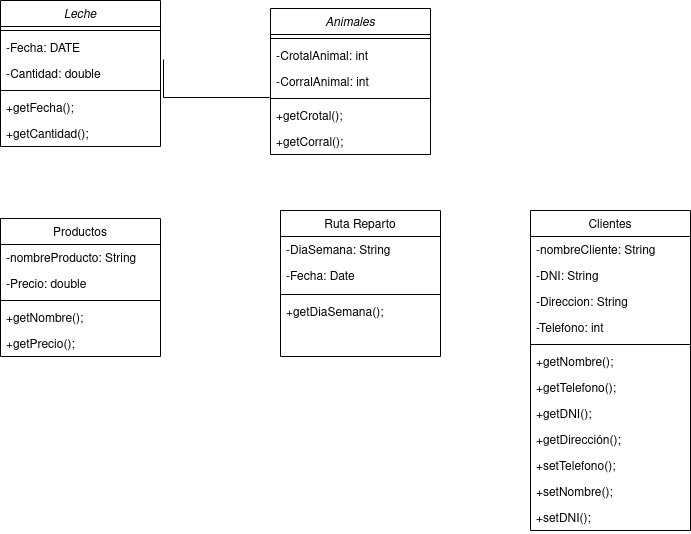
JoseMariaRuizDAM/PGL_JoseMa keeps this draw.io diagram as diagramas/DiagramaClase.png. Above is the earlier version. Source tidied: cells renumbered, new cells last; positions are measured from the earlier drawing's top-left corner, leaving out a move shared by most shapes.
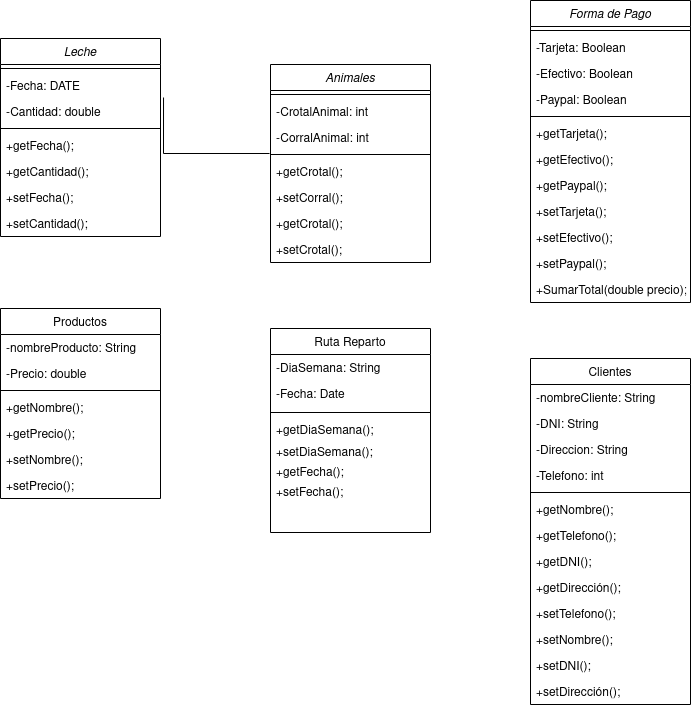
After the change.

What changed in the source:
```diff
@@ -3,7 +3,7 @@
     <mxCell id="0" />
     <mxCell id="1" parent="0" />
     <mxCell id="2" value="Animales" style="swimlane;fontStyle=2;align=center;verticalAlign=top;horizontal=1;startSize=26;rounded=0;shadow=0;strokeWidth=1;" parent="1" vertex="1">
-      <mxGeometry x="270" y="8" width="160" height="146" as="geometry" />
+      <mxGeometry x="270" y="-26" width="160" height="198" as="geometry" />
     </mxCell>
     <mxCell id="3" style="line;html=1;strokeWidth=1;align=left;verticalAlign=middle;spacingTop=-1;spacingLeft=3;spacingRight=3;labelPosition=right;" parent="2" vertex="1">
       <mxGeometry y="26" width="160" height="8" as="geometry" />
@@ -20,11 +20,17 @@
     <mxCell id="7" value="+getCrotal();" style="text;align=left;verticalAlign=top;spacingLeft=4;spacingRight=4;overflow=hidden;points=[[0,0.5],[1,0.5]];portConstraint=eastwest;" parent="2" vertex="1">
       <mxGeometry y="94" width="160" height="26" as="geometry" />
     </mxCell>
-    <mxCell id="8" value="+getCorral();" style="text;align=left;verticalAlign=top;spacingLeft=4;spacingRight=4;overflow=hidden;" parent="2" vertex="1">
+    <mxCell id="8" value="+setCorral();" style="text;align=left;verticalAlign=top;spacingLeft=4;spacingRight=4;overflow=hidden;" parent="2" vertex="1">
       <mxGeometry y="120" width="160" height="26" as="geometry" />
     </mxCell>
+    <mxCell id="42" value="+getCrotal();" style="text;align=left;verticalAlign=top;spacingLeft=4;spacingRight=4;overflow=hidden;" parent="2" vertex="1">
+      <mxGeometry y="146" width="160" height="26" as="geometry" />
+    </mxCell>
+    <mxCell id="43" value="+setCrotal();" style="text;align=left;verticalAlign=top;spacingLeft=4;spacingRight=4;overflow=hidden;" parent="2" vertex="1">
+      <mxGeometry y="172" width="160" height="26" as="geometry" />
+    </mxCell>
     <mxCell id="9" value="Productos" style="swimlane;fontStyle=0;align=center;verticalAlign=top;horizontal=1;startSize=26;rounded=0;shadow=0;strokeWidth=1;" parent="1" vertex="1">
-      <mxGeometry y="218" width="160" height="138" as="geometry" />
+      <mxGeometry y="218" width="160" height="190" as="geometry" />
     </mxCell>
     <mxCell id="10" value="-nombreProducto: String &#10;&#10;" style="text;align=left;verticalAlign=top;spacingLeft=4;spacingRight=4;overflow=hidden;" parent="9" vertex="1">
       <mxGeometry y="26" width="160" height="26" as="geometry" />
@@ -41,8 +47,14 @@
     <mxCell id="14" value="+getPrecio();" style="text;align=left;verticalAlign=top;spacingLeft=4;spacingRight=4;overflow=hidden;" parent="9" vertex="1">
       <mxGeometry y="112" width="160" height="26" as="geometry" />
     </mxCell>
+    <mxCell id="44" value="+setNombre();" style="text;align=left;verticalAlign=top;spacingLeft=4;spacingRight=4;overflow=hidden;" parent="9" vertex="1">
+      <mxGeometry y="138" width="160" height="26" as="geometry" />
+    </mxCell>
+    <mxCell id="45" value="+setPrecio();" style="text;align=left;verticalAlign=top;spacingLeft=4;spacingRight=4;overflow=hidden;" parent="9" vertex="1">
+      <mxGeometry y="164" width="160" height="26" as="geometry" />
+    </mxCell>
     <mxCell id="15" value="Ruta Reparto" style="swimlane;fontStyle=0;align=center;verticalAlign=top;horizontal=1;startSize=26;rounded=0;shadow=0;strokeWidth=1;" parent="1" vertex="1">
-      <mxGeometry x="280" y="210" width="160" height="146" as="geometry" />
+      <mxGeometry x="270" y="238" width="160" height="204" as="geometry" />
     </mxCell>
     <mxCell id="16" value="-DiaSemana: String" style="text;align=left;verticalAlign=top;spacingLeft=4;spacingRight=4;overflow=hidden;" parent="15" vertex="1">
       <mxGeometry y="26" width="160" height="26" as="geometry" />
@@ -54,10 +66,19 @@
       <mxGeometry y="80" width="160" height="8" as="geometry" />
     </mxCell>
     <mxCell id="19" value="+getDiaSemana();" style="text;align=left;verticalAlign=top;spacingLeft=4;spacingRight=4;overflow=hidden;" parent="15" vertex="1">
-      <mxGeometry y="88" width="160" height="58" as="geometry" />
+      <mxGeometry y="88" width="160" height="22" as="geometry" />
     </mxCell>
+    <mxCell id="46" value="+setDiaSemana();" style="text;align=left;verticalAlign=top;spacingLeft=4;spacingRight=4;overflow=hidden;" parent="15" vertex="1">
+      <mxGeometry y="110" width="160" height="20" as="geometry" />
+    </mxCell>
+    <mxCell id="47" value="+getFecha();" style="text;align=left;verticalAlign=top;spacingLeft=4;spacingRight=4;overflow=hidden;" parent="15" vertex="1">
+      <mxGeometry y="130" width="160" height="20" as="geometry" />
+    </mxCell>
+    <mxCell id="48" value="+setFecha();" style="text;align=left;verticalAlign=top;spacingLeft=4;spacingRight=4;overflow=hidden;" parent="15" vertex="1">
+      <mxGeometry y="150" width="160" height="30" as="geometry" />
+    </mxCell>
     <mxCell id="20" value="Clientes" style="swimlane;fontStyle=0;align=center;verticalAlign=top;horizontal=1;startSize=26;rounded=0;shadow=0;strokeWidth=1;" parent="1" vertex="1">
-      <mxGeometry x="530" y="210" width="160" height="320" as="geometry" />
+      <mxGeometry x="530" y="268" width="160" height="346" as="geometry" />
     </mxCell>
     <mxCell id="21" value="-nombreCliente: String " style="text;align=left;verticalAlign=top;spacingLeft=4;spacingRight=4;overflow=hidden;" parent="20" vertex="1">
       <mxGeometry y="26" width="160" height="26" as="geometry" />
@@ -95,8 +116,11 @@
     <mxCell id="32" value="+setDNI();&#10;" style="text;align=left;verticalAlign=top;spacingLeft=4;spacingRight=4;overflow=hidden;" parent="20" vertex="1">
       <mxGeometry y="294" width="160" height="26" as="geometry" />
     </mxCell>
+    <mxCell id="49" value="+setDirección();&#10;" style="text;align=left;verticalAlign=top;spacingLeft=4;spacingRight=4;overflow=hidden;" parent="20" vertex="1">
+      <mxGeometry y="320" width="160" height="26" as="geometry" />
+    </mxCell>
     <mxCell id="33" value="Leche" style="swimlane;fontStyle=2;align=center;verticalAlign=top;horizontal=1;startSize=26;rounded=0;shadow=0;strokeWidth=1;" parent="1" vertex="1">
-      <mxGeometry width="160" height="146" as="geometry" />
+      <mxGeometry y="-52" width="160" height="198" as="geometry" />
     </mxCell>
     <mxCell id="34" style="line;html=1;strokeWidth=1;align=left;verticalAlign=middle;spacingTop=-1;spacingLeft=3;spacingRight=3;labelPosition=right;" parent="33" vertex="1">
       <mxGeometry y="26" width="160" height="8" as="geometry" />
@@ -113,14 +137,59 @@
     <mxCell id="38" value="+getFecha();" style="text;align=left;verticalAlign=top;spacingLeft=4;spacingRight=4;overflow=hidden;" parent="33" vertex="1">
       <mxGeometry y="94" width="160" height="26" as="geometry" />
     </mxCell>
-    <mxCell id="39" value="+getCantidad();" style="text;align=left;verticalAlign=top;spacingLeft=4;spacingRight=4;overflow=hidden;" parent="1" vertex="1">
+    <mxCell id="39" value="+getCantidad();" style="text;align=left;verticalAlign=top;spacingLeft=4;spacingRight=4;overflow=hidden;" parent="33" vertex="1">
       <mxGeometry y="120" width="160" height="26" as="geometry" />
     </mxCell>
+    <mxCell id="50" value="+setFecha();" style="text;align=left;verticalAlign=top;spacingLeft=4;spacingRight=4;overflow=hidden;" parent="33" vertex="1">
+      <mxGeometry y="146" width="160" height="26" as="geometry" />
+    </mxCell>
+    <mxCell id="51" value="+setCantidad();" style="text;align=left;verticalAlign=top;spacingLeft=4;spacingRight=4;overflow=hidden;" parent="33" vertex="1">
+      <mxGeometry y="172" width="160" height="26" as="geometry" />
+    </mxCell>
     <mxCell id="40" style="text;strokeColor=none;fillColor=none;align=left;verticalAlign=middle;spacingTop=-1;spacingLeft=4;spacingRight=4;labelPosition=right;" parent="1" vertex="1">
       <mxGeometry x="450" y="198" width="20" height="14" as="geometry" />
     </mxCell>
     <mxCell id="41" style="endArrow=none;html=1;rounded=0;edgeStyle=orthogonalEdgeStyle;entryX=-0.006;entryY=-0.192;entryDx=0;entryDy=0;entryPerimeter=0;exitX=1.019;exitY=0.962;exitDx=0;exitDy=0;exitPerimeter=0;" parent="1" edge="1" source="35" target="7">
       <mxGeometry relative="1" as="geometry" />
     </mxCell>
+    <mxCell id="52" value="Forma de Pago" style="swimlane;fontStyle=2;align=center;verticalAlign=top;horizontal=1;startSize=26;rounded=0;shadow=0;strokeWidth=1;" parent="1" vertex="1">
+      <mxGeometry x="530" y="-90" width="160" height="302" as="geometry" />
+    </mxCell>
+    <mxCell id="53" style="line;html=1;strokeWidth=1;align=left;verticalAlign=middle;spacingTop=-1;spacingLeft=3;spacingRight=3;labelPosition=right;" parent="52" vertex="1">
+      <mxGeometry y="26" width="160" height="8" as="geometry" />
+    </mxCell>
+    <mxCell id="54" value="-Tarjeta: Boolean" style="text;align=left;verticalAlign=top;spacingLeft=4;spacingRight=4;overflow=hidden;rounded=0;shadow=0;html=0;" parent="52" vertex="1">
+      <mxGeometry y="34" width="160" height="26" as="geometry" />
+    </mxCell>
+    <mxCell id="55" value="-Efectivo: Boolean" style="text;align=left;verticalAlign=top;spacingLeft=4;spacingRight=4;overflow=hidden;rounded=0;shadow=0;html=0;" parent="52" vertex="1">
+      <mxGeometry y="60" width="160" height="26" as="geometry" />
+    </mxCell>
+    <mxCell id="56" value="-Paypal: Boolean" style="text;align=left;verticalAlign=top;spacingLeft=4;spacingRight=4;overflow=hidden;rounded=0;shadow=0;html=0;" parent="52" vertex="1">
+      <mxGeometry y="86" width="160" height="26" as="geometry" />
+    </mxCell>
+    <mxCell id="57" style="line;html=1;strokeWidth=1;align=left;verticalAlign=middle;spacingTop=-1;spacingLeft=3;spacingRight=3;labelPosition=right;" parent="52" vertex="1">
+      <mxGeometry y="112" width="160" height="8" as="geometry" />
+    </mxCell>
+    <mxCell id="58" value="+getTarjeta();" style="text;align=left;verticalAlign=top;spacingLeft=4;spacingRight=4;overflow=hidden;" parent="52" vertex="1">
+      <mxGeometry y="120" width="160" height="26" as="geometry" />
+    </mxCell>
+    <mxCell id="59" value="+getEfectivo();" style="text;align=left;verticalAlign=top;spacingLeft=4;spacingRight=4;overflow=hidden;" parent="52" vertex="1">
+      <mxGeometry y="146" width="160" height="26" as="geometry" />
+    </mxCell>
+    <mxCell id="60" value="+getPaypal();" style="text;align=left;verticalAlign=top;spacingLeft=4;spacingRight=4;overflow=hidden;" parent="52" vertex="1">
+      <mxGeometry y="172" width="160" height="26" as="geometry" />
+    </mxCell>
+    <mxCell id="61" value="+setTarjeta();" style="text;align=left;verticalAlign=top;spacingLeft=4;spacingRight=4;overflow=hidden;" parent="52" vertex="1">
+      <mxGeometry y="198" width="160" height="26" as="geometry" />
+    </mxCell>
+    <mxCell id="62" value="+setEfectivo();" style="text;align=left;verticalAlign=top;spacingLeft=4;spacingRight=4;overflow=hidden;" parent="52" vertex="1">
+      <mxGeometry y="224" width="160" height="26" as="geometry" />
+    </mxCell>
+    <mxCell id="63" value="+setPaypal();" style="text;align=left;verticalAlign=top;spacingLeft=4;spacingRight=4;overflow=hidden;" parent="52" vertex="1">
+      <mxGeometry y="250" width="160" height="26" as="geometry" />
+    </mxCell>
+    <mxCell id="64" value="+SumarTotal(double precio);" style="text;align=left;verticalAlign=top;spacingLeft=4;spacingRight=4;overflow=hidden;" parent="52" vertex="1">
+      <mxGeometry y="276" width="160" height="26" as="geometry" />
+    </mxCell>
   </root>
 </mxGraphModel>
```
